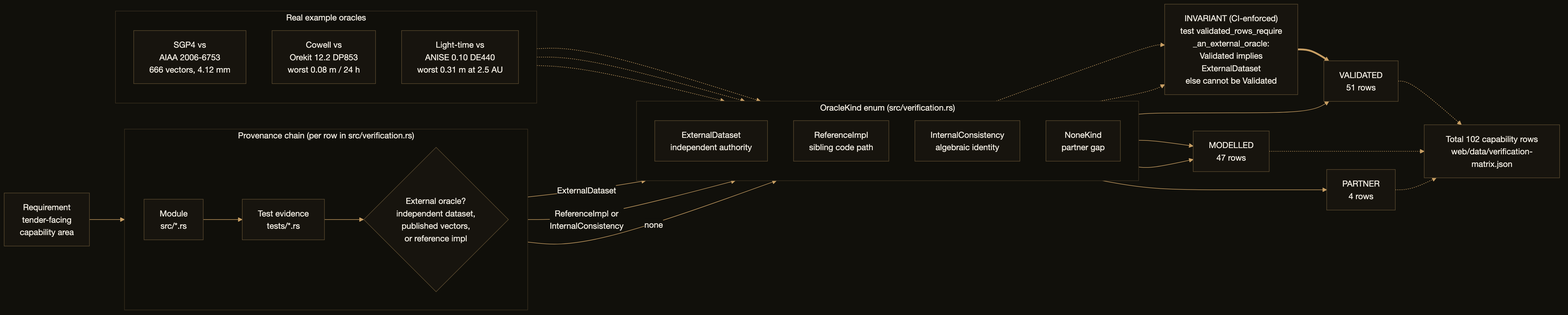
ashfordeOU/kshana keeps this Mermaid diagram as docs/assets/diagrams/validation-provenance.png. Above is the earlier version. Its source is kept beside it as docs/diagrams/validation-provenance.mmd. Its diagram source:
```mermaid
flowchart LR
    REQ["Requirement<br/>tender-facing<br/>capability area"]

    subgraph CHAIN["Provenance chain (per row in src/verification.rs)"]
        direction LR
        MOD["Module<br/>src/*.rs"]
        TST["Test evidence<br/>tests/*.rs"]
        ORA{"External oracle?<br/>independent dataset,<br/>published vectors,<br/>or reference impl"}
    end

    REQ --> MOD --> TST --> ORA

    subgraph KINDS["OracleKind enum (src/verification.rs)"]
        direction TD
        EXT["ExternalDataset<br/>independent authority"]
        REF["ReferenceImpl<br/>sibling code path"]
        INT["InternalConsistency<br/>algebraic identity"]
        NON["NoneKind<br/>partner gap"]
    end

    ORA -->|ExternalDataset| EXT
    ORA -->|"ReferenceImpl or<br/>InternalConsistency"| INT
    ORA -->|none| NON

    GUARD["INVARIANT (CI-enforced)<br/>test validated_rows_require<br/>_an_external_oracle:<br/>Validated implies<br/>ExternalDataset<br/>else cannot be Validated"]
    EXT -.-> GUARD
    INT -.-> GUARD

    EXT --> VAL["VALIDATED<br/>51 rows"]
    REF --> MDL["MODELLED<br/>47 rows"]
    INT --> MDL
    NON --> PRT["PARTNER<br/>4 rows"]
    GUARD ==> VAL

    subgraph EX["Real example oracles"]
        direction TD
        E1["SGP4 vs<br/>AIAA 2006-6753<br/>666 vectors, 4.12 mm"]
        E2["Cowell vs<br/>Orekit 12.2 DP853<br/>worst 0.08 m / 24 h"]
        E3["Light-time vs<br/>ANISE 0.10 DE440<br/>worst 0.31 m at 2.5 AU"]
    end

    E1 -.-> EXT
    E2 -.-> EXT
    E3 -.-> EXT

    TOTAL["Total 102 capability rows<br/>web/data/verification-matrix.json"]
    VAL -.-> TOTAL
    MDL -.-> TOTAL
    PRT -.-> TOTAL
```
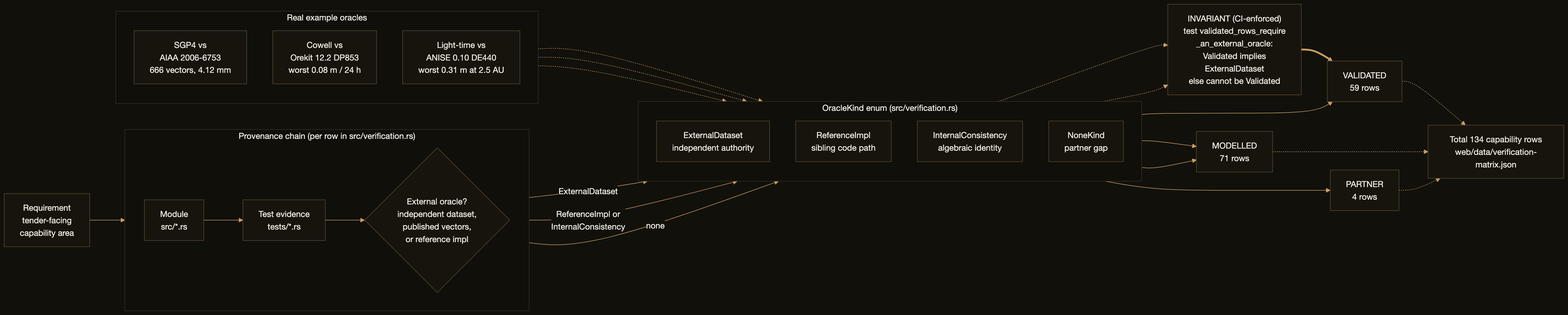
After the change.

Commit message:
fix(docs,web): four published surfaces stated a matrix total of 102, and the provenance figure was stale on three of its four numbers

Diff of the diagram source:
```diff
@@ -26,8 +26,8 @@
     EXT -.-> GUARD
     INT -.-> GUARD
 
-    EXT --> VAL["VALIDATED<br/>51 rows"]
-    REF --> MDL["MODELLED<br/>47 rows"]
+    EXT --> VAL["VALIDATED<br/>59 rows"]
+    REF --> MDL["MODELLED<br/>71 rows"]
     INT --> MDL
     NON --> PRT["PARTNER<br/>4 rows"]
     GUARD ==> VAL
@@ -43,7 +43,7 @@
     E2 -.-> EXT
     E3 -.-> EXT
 
-    TOTAL["Total 102 capability rows<br/>web/data/verification-matrix.json"]
+    TOTAL["Total 134 capability rows<br/>web/data/verification-matrix.json"]
     VAL -.-> TOTAL
     MDL -.-> TOTAL
     PRT -.-> TOTAL
```
